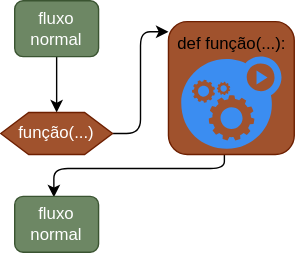
spideryzarc/fdp_python keeps this draw.io diagram as images/funcao.drawio.svg. Above is the earlier version. Source tidied: cells renumbered, new cells last; positions are measured from the earlier drawing's top-left corner, leaving out a move shared by most shapes.
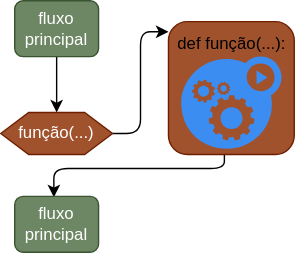
The same diagram one commit later.

Commit message:
Update referencia.drawio.svg to enhance visual elements and improve clarity in diagram representation

What changed in the source:
```diff
@@ -5,7 +5,7 @@
     <mxCell id="2" style="edgeStyle=none;html=1;entryX=0.5;entryY=0;entryDx=0;entryDy=0;" parent="1" edge="1" source="3" target="8">
       <mxGeometry relative="1" as="geometry" />
     </mxCell>
-    <mxCell id="3" value="fluxo normal" style="rounded=1;whiteSpace=wrap;html=1;fillColor=#6d8764;fontColor=#ffffff;strokeColor=#3A5431;labelBackgroundColor=none;labelBorderColor=none;" parent="1" vertex="1">
+    <mxCell id="3" value="fluxo principal" style="rounded=1;whiteSpace=wrap;html=1;fillColor=#6d8764;fontColor=#ffffff;strokeColor=#3A5431;labelBackgroundColor=none;labelBorderColor=none;" parent="1" vertex="1">
       <mxGeometry x="10" width="60" height="40" as="geometry" />
     </mxCell>
     <mxCell id="4" style="edgeStyle=orthogonalEdgeStyle;html=1;entryX=0;entryY=0.076;entryDx=0;entryDy=0;entryPerimeter=0;exitX=1;exitY=0.5;exitDx=0;exitDy=0;" parent="1" edge="1" source="8" target="6">
@@ -22,7 +22,7 @@
     <mxCell id="6" style="rounded=1;whiteSpace=wrap;html=1;fillColor=#a0522d;fontColor=#ffffff;strokeColor=#6D1F00;labelBackgroundColor=none;labelBorderColor=none;labelPosition=center;verticalLabelPosition=top;align=center;verticalAlign=bottom;" parent="1" vertex="1">
       <mxGeometry x="120" y="15" width="90" height="95" as="geometry" />
     </mxCell>
-    <mxCell id="7" value="fluxo normal" style="rounded=1;whiteSpace=wrap;html=1;fillColor=#6d8764;fontColor=#ffffff;strokeColor=#3A5431;labelBackgroundColor=none;labelBorderColor=none;" parent="1" vertex="1">
+    <mxCell id="7" value="fluxo principal" style="rounded=1;whiteSpace=wrap;html=1;fillColor=#6d8764;fontColor=#ffffff;strokeColor=#3A5431;labelBackgroundColor=none;labelBorderColor=none;" parent="1" vertex="1">
       <mxGeometry x="10" y="140" width="60" height="40" as="geometry" />
     </mxCell>
     <mxCell id="8" value="função(...)" style="shape=hexagon;perimeter=hexagonPerimeter2;whiteSpace=wrap;html=1;fixedSize=1;fillColor=#a0522d;fontColor=#ffffff;strokeColor=#6D1F00;" parent="1" vertex="1">
```
